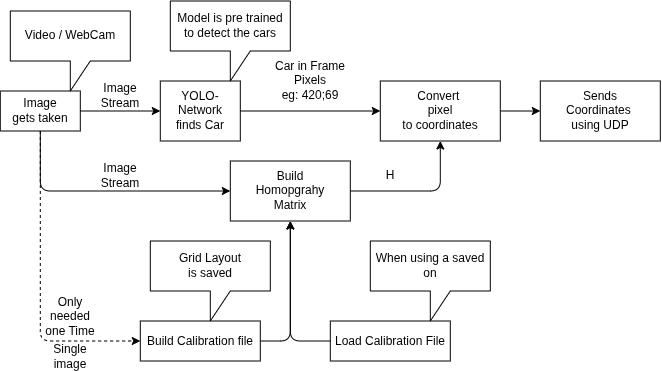
Forest0512/CV_proj keeps this draw.io diagram as dataflow.drawio.png. Above is the earlier version. Source tidied: cells renumbered, new cells last; positions are measured from the earlier drawing's top-left corner, leaving out a move shared by most shapes. Its diagram source:
```xml
<mxGraphModel>
  <root>
    <mxCell id="0" />
    <mxCell id="1" parent="0" />
    <mxCell id="2" style="edgeStyle=none;html=1;entryX=0;entryY=0.5;entryDx=0;entryDy=0;dashed=1;" parent="1" edge="1" source="4" target="10">
      <mxGeometry relative="1" as="geometry">
        <Array as="points">
          <mxPoint x="40" y="340" />
        </Array>
      </mxGeometry>
    </mxCell>
    <mxCell id="3" style="edgeStyle=none;html=1;entryX=0;entryY=0.5;entryDx=0;entryDy=0;" parent="1" edge="1" source="4" target="16">
      <mxGeometry relative="1" as="geometry">
        <Array as="points">
          <mxPoint x="40" y="190" />
        </Array>
      </mxGeometry>
    </mxCell>
    <mxCell id="4" value="Image&lt;div&gt;gets taken&lt;/div&gt;" style="rounded=0;whiteSpace=wrap;html=1;" parent="1" vertex="1">
      <mxGeometry y="90" width="80" height="40" as="geometry" />
    </mxCell>
    <mxCell id="5" value="Video / WebCam" style="shape=callout;whiteSpace=wrap;html=1;perimeter=calloutPerimeter;" parent="1" vertex="1">
      <mxGeometry x="10" y="10" width="120" height="80" as="geometry" />
    </mxCell>
    <mxCell id="6" style="endArrow=classic;html=1;exitX=1;exitY=0.5;exitDx=0;exitDy=0;" parent="1" edge="1" source="4">
      <mxGeometry relative="1" as="geometry">
        <mxPoint x="160" y="110" as="targetPoint" />
      </mxGeometry>
    </mxCell>
    <mxCell id="7" style="edgeStyle=none;html=1;entryX=0;entryY=0.5;entryDx=0;entryDy=0;" parent="1" edge="1" source="8" target="13">
      <mxGeometry relative="1" as="geometry" />
    </mxCell>
    <mxCell id="8" value="YOLO-Network&lt;div&gt;finds Car&lt;/div&gt;" style="rounded=0;whiteSpace=wrap;html=1;" parent="1" vertex="1">
      <mxGeometry x="160" y="80" width="80" height="60" as="geometry" />
    </mxCell>
    <mxCell id="9" style="edgeStyle=none;html=1;entryX=0.5;entryY=1;entryDx=0;entryDy=0;" parent="1" edge="1" source="10" target="16">
      <mxGeometry relative="1" as="geometry">
        <Array as="points">
          <mxPoint x="290" y="340" />
        </Array>
      </mxGeometry>
    </mxCell>
    <mxCell id="10" value="Build Calibration file" style="rounded=0;whiteSpace=wrap;html=1;" parent="1" vertex="1">
      <mxGeometry x="140" y="320" width="120" height="40" as="geometry" />
    </mxCell>
    <mxCell id="11" value="Only needed one Time" style="text;html=1;whiteSpace=wrap;strokeColor=none;fillColor=none;align=center;verticalAlign=middle;rounded=0;" parent="1" vertex="1">
      <mxGeometry x="40" y="300" width="60" height="30" as="geometry" />
    </mxCell>
    <mxCell id="12" style="edgeStyle=none;html=1;" parent="1" edge="1" source="13" target="20">
      <mxGeometry relative="1" as="geometry" />
    </mxCell>
    <mxCell id="13" value="Convert&amp;nbsp;&lt;div&gt;pixel&lt;/div&gt;&lt;div&gt;to coordinates&lt;/div&gt;" style="rounded=0;whiteSpace=wrap;html=1;" parent="1" vertex="1">
      <mxGeometry x="380" y="80" width="120" height="60" as="geometry" />
    </mxCell>
    <mxCell id="14" value="Grid Layout&lt;div&gt;is saved&lt;/div&gt;" style="shape=callout;whiteSpace=wrap;html=1;perimeter=calloutPerimeter;" parent="1" vertex="1">
      <mxGeometry x="150" y="240" width="120" height="80" as="geometry" />
    </mxCell>
    <mxCell id="15" style="edgeStyle=none;html=1;entryX=0.5;entryY=1;entryDx=0;entryDy=0;" parent="1" edge="1" source="16" target="13">
      <mxGeometry relative="1" as="geometry">
        <Array as="points">
          <mxPoint x="440" y="190" />
        </Array>
      </mxGeometry>
    </mxCell>
    <mxCell id="16" value="Build&lt;div&gt;Homopgrahy&lt;/div&gt;&lt;div&gt;Matrix&lt;/div&gt;" style="rounded=0;whiteSpace=wrap;html=1;" parent="1" vertex="1">
      <mxGeometry x="230" y="160" width="120" height="60" as="geometry" />
    </mxCell>
    <mxCell id="17" value="Image&lt;div&gt;Stream&lt;/div&gt;" style="text;html=1;whiteSpace=wrap;strokeColor=none;fillColor=none;align=center;verticalAlign=middle;rounded=0;" parent="1" vertex="1">
      <mxGeometry x="90" y="80" width="60" height="30" as="geometry" />
    </mxCell>
    <mxCell id="18" value="Image&lt;div&gt;Stream&lt;/div&gt;" style="text;html=1;whiteSpace=wrap;strokeColor=none;fillColor=none;align=center;verticalAlign=middle;rounded=0;" parent="1" vertex="1">
      <mxGeometry x="90" y="160" width="60" height="30" as="geometry" />
    </mxCell>
    <mxCell id="19" value="Single&lt;div&gt;image&lt;/div&gt;" style="text;html=1;whiteSpace=wrap;strokeColor=none;fillColor=none;align=center;verticalAlign=middle;rounded=0;" parent="1" vertex="1">
      <mxGeometry x="40" y="340" width="60" height="30" as="geometry" />
    </mxCell>
    <mxCell id="20" value="Sends&lt;div&gt;Coordinates&amp;nbsp;&lt;/div&gt;&lt;div&gt;using UDP&lt;/div&gt;" style="rounded=0;whiteSpace=wrap;html=1;" parent="1" vertex="1">
      <mxGeometry x="540" y="80" width="120" height="60" as="geometry" />
    </mxCell>
    <mxCell id="21" value="Car in Frame&lt;div&gt;Pixels&lt;/div&gt;&lt;div&gt;eg: 420;69&lt;/div&gt;" style="text;html=1;whiteSpace=wrap;strokeColor=none;fillColor=none;align=center;verticalAlign=middle;rounded=0;" parent="1" vertex="1">
      <mxGeometry x="270" y="60" width="80" height="40" as="geometry" />
    </mxCell>
    <mxCell id="22" value="H" style="text;html=1;whiteSpace=wrap;strokeColor=none;fillColor=none;align=center;verticalAlign=middle;rounded=0;" parent="1" vertex="1">
      <mxGeometry x="360" y="160" width="60" height="30" as="geometry" />
    </mxCell>
    <mxCell id="23" style="edgeStyle=none;html=1;entryX=0.5;entryY=1;entryDx=0;entryDy=0;" parent="1" edge="1" source="24" target="16">
      <mxGeometry relative="1" as="geometry">
        <Array as="points">
          <mxPoint x="290" y="340" />
        </Array>
      </mxGeometry>
    </mxCell>
    <mxCell id="24" value="Load Calibration File" style="rounded=0;whiteSpace=wrap;html=1;" parent="1" vertex="1">
      <mxGeometry x="330" y="320" width="120" height="40" as="geometry" />
    </mxCell>
    <mxCell id="25" value="When using a saved on" style="shape=callout;whiteSpace=wrap;html=1;perimeter=calloutPerimeter;" parent="1" vertex="1">
      <mxGeometry x="370" y="240" width="120" height="80" as="geometry" />
    </mxCell>
    <mxCell id="26" value="Model is pre trained&lt;div&gt;to detect the cars&lt;/div&gt;" style="shape=callout;whiteSpace=wrap;html=1;perimeter=calloutPerimeter;" parent="1" vertex="1">
      <mxGeometry x="170" width="120" height="80" as="geometry" />
    </mxCell>
  </root>
</mxGraphModel>
```
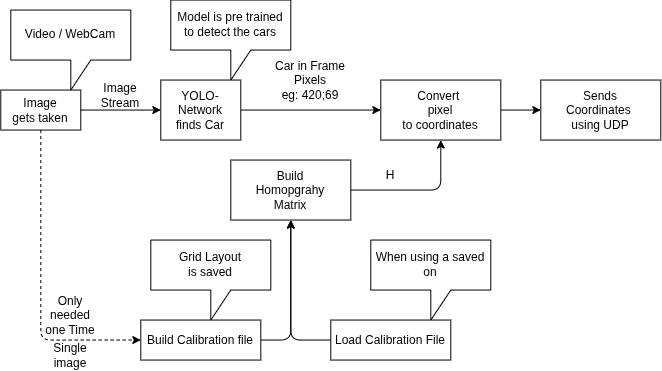
After the commit.

Diff of the diagram source:
```diff
@@ -9,13 +9,6 @@
         </Array>
       </mxGeometry>
     </mxCell>
-    <mxCell id="3" style="edgeStyle=none;html=1;entryX=0;entryY=0.5;entryDx=0;entryDy=0;" parent="1" edge="1" source="4" target="16">
-      <mxGeometry relative="1" as="geometry">
-        <Array as="points">
-          <mxPoint x="40" y="190" />
-        </Array>
-      </mxGeometry>
-    </mxCell>
     <mxCell id="4" value="Image&lt;div&gt;gets taken&lt;/div&gt;" style="rounded=0;whiteSpace=wrap;html=1;" parent="1" vertex="1">
       <mxGeometry y="90" width="80" height="40" as="geometry" />
     </mxCell>
@@ -68,9 +61,6 @@
     <mxCell id="17" value="Image&lt;div&gt;Stream&lt;/div&gt;" style="text;html=1;whiteSpace=wrap;strokeColor=none;fillColor=none;align=center;verticalAlign=middle;rounded=0;" parent="1" vertex="1">
       <mxGeometry x="90" y="80" width="60" height="30" as="geometry" />
     </mxCell>
-    <mxCell id="18" value="Image&lt;div&gt;Stream&lt;/div&gt;" style="text;html=1;whiteSpace=wrap;strokeColor=none;fillColor=none;align=center;verticalAlign=middle;rounded=0;" parent="1" vertex="1">
-      <mxGeometry x="90" y="160" width="60" height="30" as="geometry" />
-    </mxCell>
     <mxCell id="19" value="Single&lt;div&gt;image&lt;/div&gt;" style="text;html=1;whiteSpace=wrap;strokeColor=none;fillColor=none;align=center;verticalAlign=middle;rounded=0;" parent="1" vertex="1">
       <mxGeometry x="40" y="340" width="60" height="30" as="geometry" />
     </mxCell>
```
